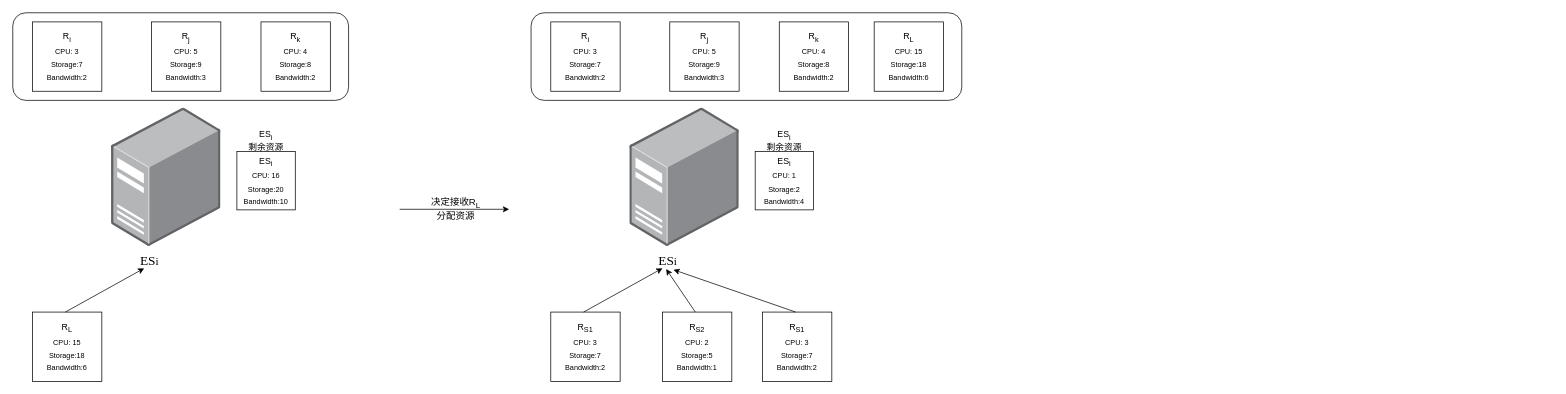
This is Mobility.drawio from DCLe-DA/Learning-DL-by-Hand, a draw.io file, before an edit. Source tidied: cells renumbered, new cells numbered last; positions are measured from the earlier drawing's top-left corner, leaving out a move shared by most shapes. Both pictures are drawn from the tidied source at 73%, with x=0, y=0 at pixel (12, 12).
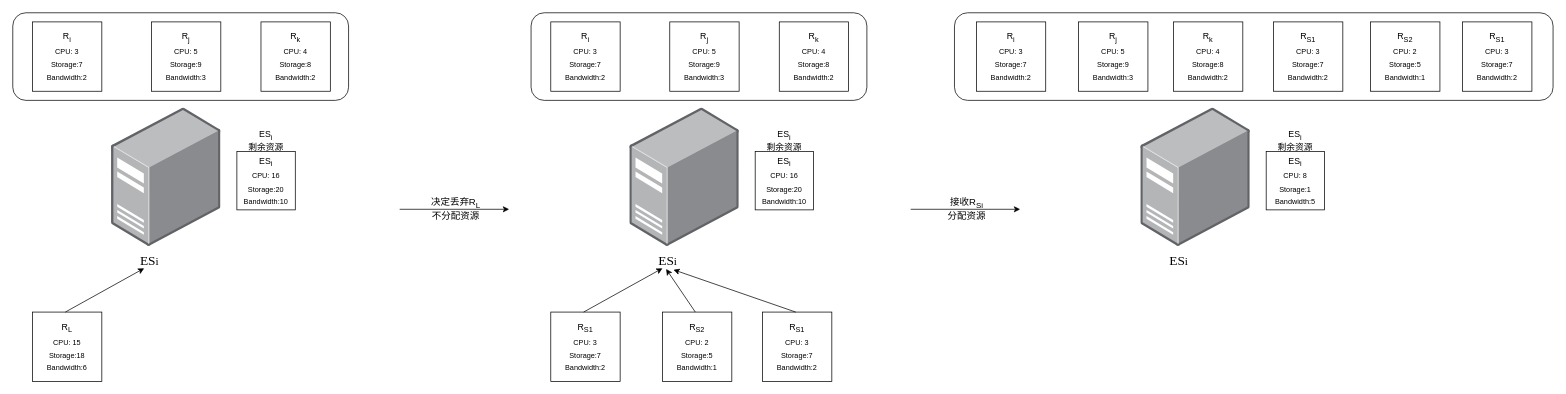
The same page after the edit.

Diff of the diagram source:
```diff
@@
     <mxCell id="14" style="rounded=1;whiteSpace=wrap;html=1;strokeColor=default;" parent="1" vertex="1">
-      <mxGeometry x="710" width="590" height="120" as="geometry" />
+      <mxGeometry x="710" width="460" height="120" as="geometry" />
     </mxCell>
@@
-    <mxCell id="20" value="ES&lt;sub style=&quot;border-color: var(--border-color);&quot;&gt;i&lt;br style=&quot;border-color: var(--border-color);&quot;&gt;CPU: 1&lt;br style=&quot;border-color: var(--border-color);&quot;&gt;Storage:2&lt;br style=&quot;border-color: var(--border-color);&quot;&gt;Bandwidth:4&lt;/sub&gt;" style="whiteSpace=wrap;html=1;" parent="1" vertex="1">
+    <mxCell id="20" value="ES&lt;sub style=&quot;border-color: var(--border-color);&quot;&gt;i&lt;br style=&quot;border-color: var(--border-color);&quot;&gt;CPU: 16&lt;br style=&quot;border-color: var(--border-color);&quot;&gt;Storage:20&lt;br style=&quot;border-color: var(--border-color);&quot;&gt;Bandwidth:10&lt;/sub&gt;" style="whiteSpace=wrap;html=1;" parent="1" vertex="1">
       <mxGeometry x="1017" y="190" width="80" height="80" as="geometry" />
     </mxCell>
@@
-    <mxCell id="23" value="R&lt;sub&gt;L&lt;br&gt;CPU: 15&lt;br&gt;Storage:18&lt;br&gt;Bandwidth:6&lt;br&gt;&lt;/sub&gt;" style="whiteSpace=wrap;html=1;strokeColor=default;" parent="1" vertex="1">
-      <mxGeometry x="1180" y="12.5" width="95" height="95" as="geometry" />
-    </mxCell>
@@
-    <mxCell id="28" value="&lt;font style=&quot;font-size: 13px;&quot;&gt;决定接收R&lt;sub&gt;L&lt;/sub&gt;&lt;br&gt;分配资源&lt;/font&gt;" style="text;strokeColor=none;align=center;fillColor=none;html=1;verticalAlign=middle;whiteSpace=wrap;rounded=0;" parent="1" vertex="1">
+    <mxCell id="28" value="&lt;font style=&quot;font-size: 13px;&quot;&gt;决定丢弃R&lt;sub&gt;L&lt;/sub&gt;&lt;br&gt;不分配资源&lt;/font&gt;" style="text;strokeColor=none;align=center;fillColor=none;html=1;verticalAlign=middle;whiteSpace=wrap;rounded=0;" parent="1" vertex="1">
       <mxGeometry x="557" y="244" width="100" height="50" as="geometry" />
     </mxCell>
+    <mxCell id="29" style="image;html=1;align=center;shadow=0;dashed=0;image=img/lib/allied_telesis/computer_and_terminals/Server_Desktop.svg;" parent="1" vertex="1">
+      <mxGeometry x="1545.1" y="130" width="149.9" height="190" as="geometry" />
+    </mxCell>
+    <mxCell id="30" value="&lt;span style=&quot;font-size: 18.3333px;&quot;&gt;ES&lt;/span&gt;&lt;span style=&quot;font-size: 15.2778px;&quot;&gt;i&lt;/span&gt;" style="text;strokeColor=none;align=center;fillColor=none;html=1;verticalAlign=middle;whiteSpace=wrap;rounded=0;fontFamily=Times New Roman;" parent="1" vertex="1">
+      <mxGeometry x="1540" y="310" width="115" height="60" as="geometry" />
+    </mxCell>
+    <mxCell id="31" style="rounded=1;whiteSpace=wrap;html=1;strokeColor=default;" parent="1" vertex="1">
+      <mxGeometry x="1290" width="820" height="120" as="geometry" />
+    </mxCell>
+    <mxCell id="32" value="R&lt;sub&gt;i&lt;br&gt;CPU: 3&lt;br&gt;Storage:7&lt;br&gt;Bandwidth:2&lt;br&gt;&lt;/sub&gt;" style="whiteSpace=wrap;html=1;strokeColor=default;" parent="1" vertex="1">
+      <mxGeometry x="1320" y="12.5" width="95" height="95" as="geometry" />
+    </mxCell>
+    <mxCell id="33" value="R&lt;sub&gt;j&lt;br&gt;CPU: 5&lt;br&gt;Storage:9&lt;br&gt;Bandwidth:3&lt;br&gt;&lt;/sub&gt;" style="whiteSpace=wrap;html=1;strokeColor=default;" parent="1" vertex="1">
+      <mxGeometry x="1460" y="12.5" width="95" height="95" as="geometry" />
+    </mxCell>
+    <mxCell id="34" value="R&lt;sub&gt;k&lt;br&gt;CPU: 4&lt;br&gt;Storage:8&lt;br&gt;Bandwidth:2&lt;br&gt;&lt;/sub&gt;" style="whiteSpace=wrap;html=1;strokeColor=default;" parent="1" vertex="1">
+      <mxGeometry x="1590" y="12.5" width="95" height="95" as="geometry" />
+    </mxCell>
+    <mxCell id="35" value="R&lt;sub&gt;S1&lt;br&gt;CPU: 3&lt;br&gt;Storage:7&lt;br&gt;Bandwidth:2&lt;br&gt;&lt;/sub&gt;" style="whiteSpace=wrap;html=1;strokeColor=default;" parent="1" vertex="1">
+      <mxGeometry x="1727" y="12.5" width="95" height="95" as="geometry" />
+    </mxCell>
+    <mxCell id="36" value="ES&lt;sub style=&quot;border-color: var(--border-color);&quot;&gt;i&lt;br style=&quot;border-color: var(--border-color);&quot;&gt;CPU: 8&lt;br style=&quot;border-color: var(--border-color);&quot;&gt;Storage:1&lt;br style=&quot;border-color: var(--border-color);&quot;&gt;Bandwidth:5&lt;/sub&gt;" style="whiteSpace=wrap;html=1;" parent="1" vertex="1">
+      <mxGeometry x="1717" y="190" width="80" height="80" as="geometry" />
+    </mxCell>
+    <mxCell id="37" value="ES&lt;sub style=&quot;border-color: var(--border-color);&quot;&gt;i&lt;br&gt;&lt;/sub&gt;剩余资源" style="text;strokeColor=none;align=center;fillColor=none;html=1;verticalAlign=middle;whiteSpace=wrap;rounded=0;" parent="1" vertex="1">
+      <mxGeometry x="1727" y="160" width="60" height="30" as="geometry" />
+    </mxCell>
+    <mxCell id="38" style="endArrow=classic;html=1;rounded=0;" parent="1" edge="1">
+      <mxGeometry relative="1" as="geometry">
+        <mxPoint x="1230" y="269.2" as="sourcePoint" />
+        <mxPoint x="1380" y="269.2" as="targetPoint" />
+      </mxGeometry>
+    </mxCell>
+    <mxCell id="39" value="R&lt;sub&gt;S2&lt;br&gt;CPU: 2&lt;br&gt;Storage:5&lt;br&gt;Bandwidth:1&lt;br&gt;&lt;/sub&gt;" style="whiteSpace=wrap;html=1;strokeColor=default;" parent="1" vertex="1">
+      <mxGeometry x="1860" y="12.5" width="95" height="95" as="geometry" />
+    </mxCell>
+    <mxCell id="40" value="R&lt;sub&gt;S1&lt;br&gt;CPU: 3&lt;br&gt;Storage:7&lt;br&gt;Bandwidth:2&lt;br&gt;&lt;/sub&gt;" style="whiteSpace=wrap;html=1;strokeColor=default;" parent="1" vertex="1">
+      <mxGeometry x="1986" y="12.5" width="95" height="95" as="geometry" />
+    </mxCell>
+    <mxCell id="41" value="&lt;font style=&quot;font-size: 13px;&quot;&gt;接收R&lt;sub style=&quot;border-color: var(--border-color);&quot;&gt;Si&lt;/sub&gt;&lt;br&gt;分配资源&lt;/font&gt;" style="text;strokeColor=none;align=center;fillColor=none;html=1;verticalAlign=middle;whiteSpace=wrap;rounded=0;" parent="1" vertex="1">
+      <mxGeometry x="1257" y="244" width="100" height="50" as="geometry" />
+    </mxCell>
```
